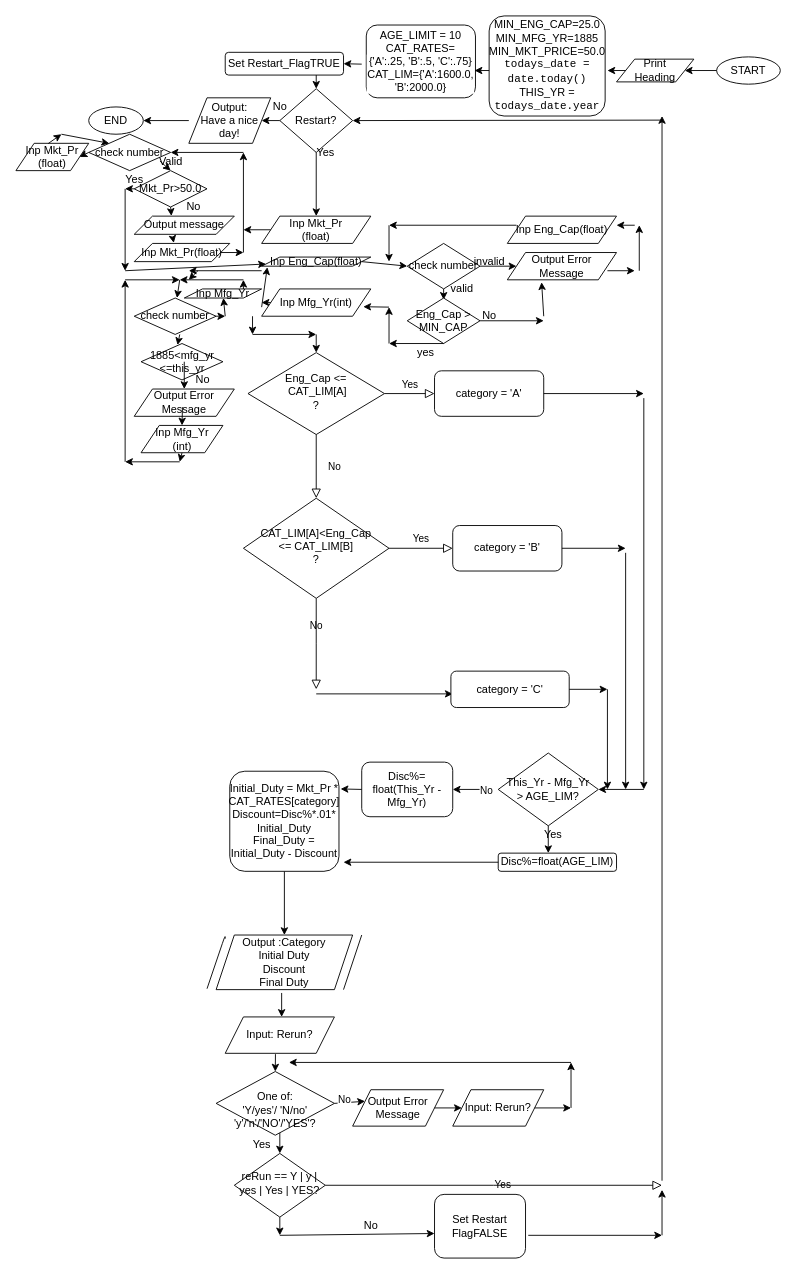
Earlier version of the draw.io diagram Untitled Diagram.drawio (john-itcsolutions/Elastos). Source tidied: cells renumbered, new cells numbered last; positions are measured from the earlier drawing's top-left corner, leaving out a move shared by most shapes. Both pictures are drawn from the tidied source at 91%, with x=0, y=0 at pixel (15, 15).
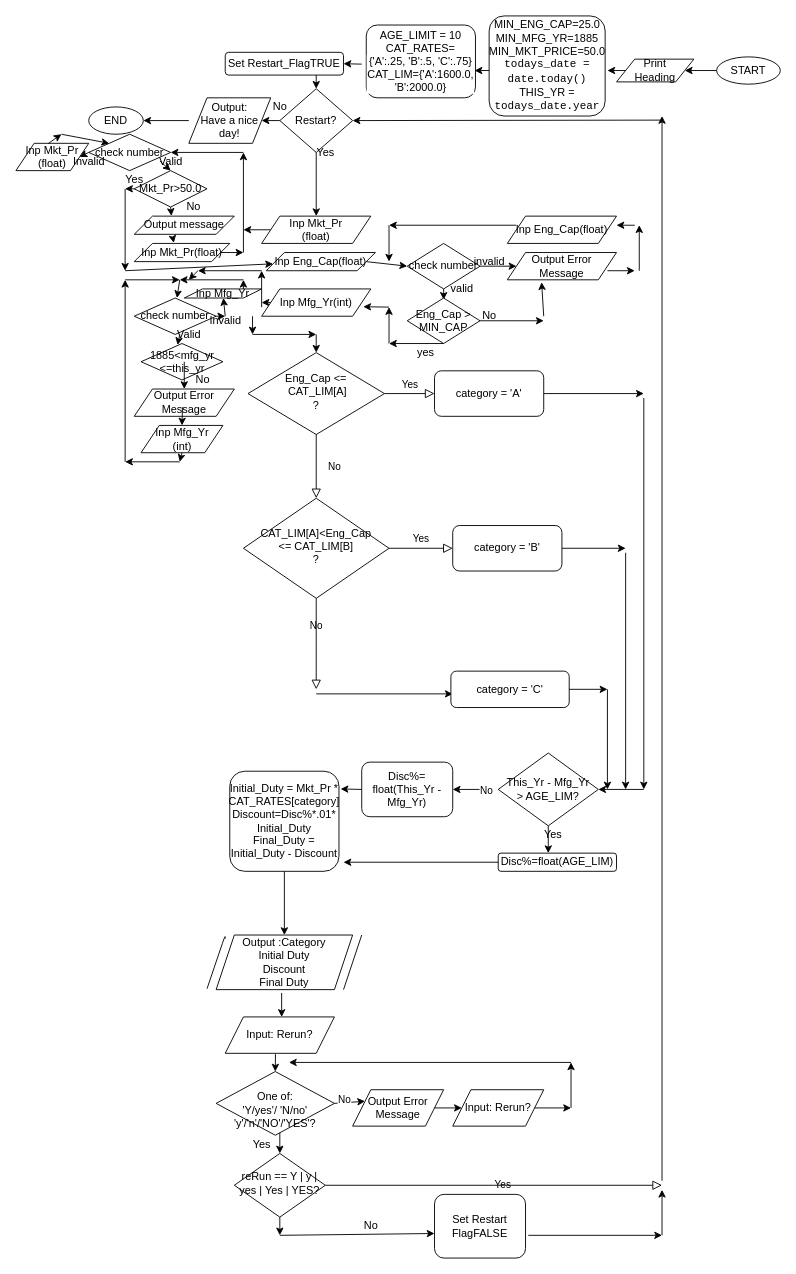
The same diagram, later.

What changed in the source:
```diff
@@
     <mxCell id="10" value="&lt;div&gt;Inp Eng_Cap(float)&lt;/div&gt;" style="shape=parallelogram;perimeter=parallelogramPerimeter;whiteSpace=wrap;html=1;fixedSize=1;" parent="1" vertex="1">
-      <mxGeometry x="270" y="265" width="120" height="10" as="geometry" />
+      <mxGeometry x="275" y="260" width="120" height="20" as="geometry" />
     </mxCell>
@@
-    <mxCell id="136" style="endArrow=classic;html=1;entryX=0.052;entryY=1.111;entryDx=0;entryDy=0;entryPerimeter=0;" parent="1" edge="1" target="10">
+    <mxCell id="136" style="endArrow=classic;html=1;" parent="1" edge="1">
       <mxGeometry relative="1" as="geometry">
         <mxPoint x="270" y="320" as="sourcePoint" />
+        <mxPoint x="270" y="280" as="targetPoint" />
       </mxGeometry>
     </mxCell>
     <mxCell id="137" style="endArrow=classic;html=1;" parent="1" edge="1">
       <mxGeometry relative="1" as="geometry">
         <mxPoint x="270" y="280" as="sourcePoint" />
-        <mxPoint x="190" y="280" as="targetPoint" />
+        <mxPoint x="200" y="280" as="targetPoint" />
       </mxGeometry>
     </mxCell>
@@
+    <mxCell id="147" value="Valid" style="text;html=1;align=center;verticalAlign=middle;" parent="1" vertex="1">
+      <mxGeometry x="170" y="340" width="40" height="20" as="geometry" />
+    </mxCell>
+    <mxCell id="148" value="Invalid" style="text;html=1;align=center;verticalAlign=middle;" parent="1" vertex="1">
+      <mxGeometry x="205" y="325" width="50" height="20" as="geometry" />
+    </mxCell>
+    <mxCell id="149" value="Invalid" style="text;html=1;align=center;verticalAlign=middle;" parent="1" vertex="1">
+      <mxGeometry x="55" y="150" width="50" height="20" as="geometry" />
+    </mxCell>
```
